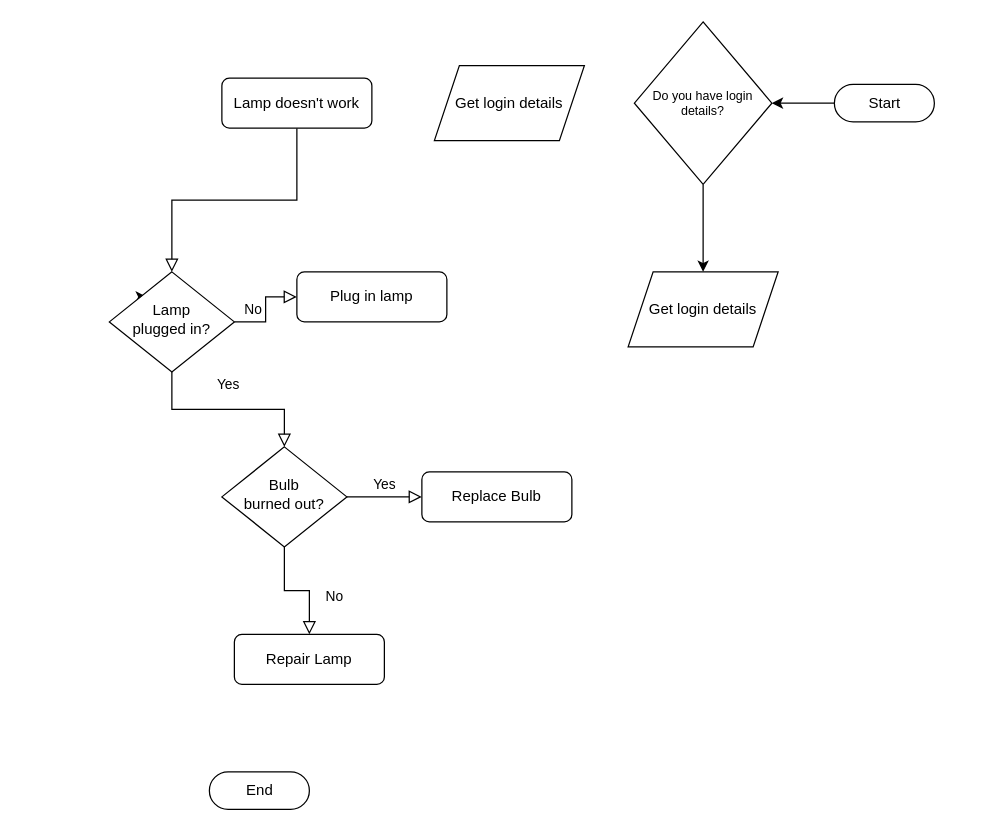
Earlier version of the draw.io diagram Untitled Diagram.drawio (dmainagithub/flowcharts). Source tidied: cells renumbered, new cells numbered last; positions are measured from the earlier drawing's top-left corner, leaving out a move shared by most shapes. Both pictures are drawn from the tidied source at 125%, with x=0, y=0 at pixel (109, 21).
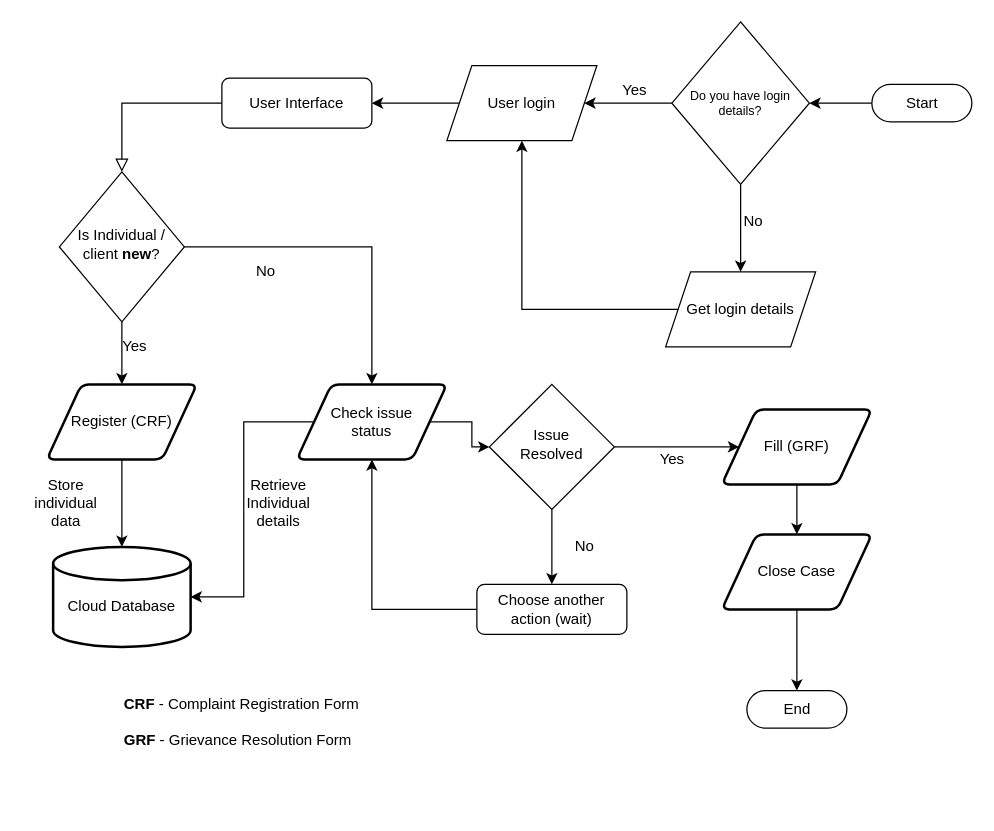
After the change.

Commit message:
Reports Management System.drawio

What changed in the source:
```diff
@@
-    <mxCell id="3" value="Lamp doesn't work" style="rounded=1;whiteSpace=wrap;html=1;fontSize=12;glass=0;strokeWidth=1;shadow=0;" parent="1" vertex="1">
+    <mxCell id="3" value="User Interface" style="rounded=1;whiteSpace=wrap;html=1;fontSize=12;glass=0;strokeWidth=1;shadow=0;" parent="1" vertex="1">
       <mxGeometry x="90" y="45" width="120" height="40" as="geometry" />
     </mxCell>
-    <mxCell id="4" value="Yes" style="rounded=0;html=1;jettySize=auto;fontSize=11;endArrow=block;endFill=0;endSize=8;strokeWidth=1;shadow=0;labelBackgroundColor=none;edgeStyle=orthogonalEdgeStyle;" parent="1" edge="1" source="7" target="11">
-      <mxGeometry y="20" relative="1" as="geometry" />
-    </mxCell>
-    <mxCell id="5" value="No" style="edgeStyle=orthogonalEdgeStyle;rounded=0;html=1;jettySize=auto;fontSize=11;endArrow=block;endFill=0;endSize=8;strokeWidth=1;shadow=0;labelBackgroundColor=none;" parent="1" edge="1" source="7" target="8">
-      <mxGeometry y="10" relative="1" as="geometry" />
-    </mxCell>
-    <mxCell id="6" style="edgeStyle=orthogonalEdgeStyle;rounded=0;jettySize=auto;html=1;exitX=0;exitY=0;exitDx=0;exitDy=0;fontSize=12;" parent="1" edge="1" source="7">
-      <mxGeometry relative="1" as="geometry">
-        <mxPoint x="30" y="220" as="targetPoint" />
-      </mxGeometry>
-    </mxCell>
+    <mxCell id="21" style="edgeStyle=orthogonalEdgeStyle;rounded=0;jettySize=auto;html=1;fontSize=12;" parent="1" edge="1" source="7" target="31">
+      <mxGeometry relative="1" as="geometry" />
+    </mxCell>
+    <mxCell id="22" style="edgeStyle=orthogonalEdgeStyle;rounded=0;jettySize=auto;html=1;entryX=0.5;entryY=0;entryDx=0;entryDy=0;fontSize=12;" parent="1" edge="1" source="7" target="38">
+      <mxGeometry relative="1" as="geometry" />
+    </mxCell>
-    <mxCell id="7" value="Lamp&lt;br&gt;plugged in?" style="rhombus;whiteSpace=wrap;html=1;shadow=0;fontFamily=Helvetica;fontSize=12;align=center;strokeWidth=1;spacing=6;spacingTop=-4;" parent="1" vertex="1">
-      <mxGeometry y="200" width="100" height="80" as="geometry" />
+    <mxCell id="7" value="Is Individual / client &lt;b&gt;new&lt;/b&gt;?" style="rhombus;whiteSpace=wrap;html=1;shadow=0;fontFamily=Helvetica;fontSize=12;align=center;strokeWidth=1;spacing=6;spacingTop=-4;" parent="1" vertex="1">
+      <mxGeometry x="-40" y="120" width="100" height="120" as="geometry" />
     </mxCell>
-    <mxCell id="8" value="Plug in lamp" style="rounded=1;whiteSpace=wrap;html=1;fontSize=12;glass=0;strokeWidth=1;shadow=0;" parent="1" vertex="1">
-      <mxGeometry x="150" y="200" width="120" height="40" as="geometry" />
-    </mxCell>
-    <mxCell id="9" value="No" style="rounded=0;html=1;jettySize=auto;fontSize=11;endArrow=block;endFill=0;endSize=8;strokeWidth=1;shadow=0;labelBackgroundColor=none;edgeStyle=orthogonalEdgeStyle;" parent="1" edge="1" source="11" target="12">
-      <mxGeometry x="0.33" y="20" relative="1" as="geometry" />
-    </mxCell>
+    <mxCell id="23" style="edgeStyle=orthogonalEdgeStyle;rounded=0;jettySize=auto;html=1;fontSize=12;" parent="1" edge="1" source="11" target="42">
+      <mxGeometry relative="1" as="geometry" />
+    </mxCell>
-    <mxCell id="10" value="Yes" style="edgeStyle=orthogonalEdgeStyle;rounded=0;html=1;jettySize=auto;fontSize=11;endArrow=block;endFill=0;endSize=8;strokeWidth=1;shadow=0;labelBackgroundColor=none;" parent="1" edge="1" source="11" target="13">
-      <mxGeometry y="10" relative="1" as="geometry" />
+    <mxCell id="10" style="edgeStyle=orthogonalEdgeStyle;rounded=0;jettySize=auto;html=1;fontSize=12;" parent="1" edge="1" source="11" target="13">
+      <mxGeometry relative="1" as="geometry" />
     </mxCell>
-    <mxCell id="11" value="Bulb&lt;br&gt;burned out?" style="rhombus;whiteSpace=wrap;html=1;shadow=0;fontFamily=Helvetica;fontSize=12;align=center;strokeWidth=1;spacing=6;spacingTop=-4;" parent="1" vertex="1">
-      <mxGeometry x="90" y="340" width="100" height="80" as="geometry" />
+    <mxCell id="11" value="Issue &lt;br&gt;Resolved" style="rhombus;whiteSpace=wrap;html=1;shadow=0;fontFamily=Helvetica;fontSize=12;align=center;strokeWidth=1;spacing=6;spacingTop=-4;" parent="1" vertex="1">
+      <mxGeometry x="304" y="290" width="100" height="100" as="geometry" />
     </mxCell>
-    <mxCell id="12" value="Repair Lamp" style="rounded=1;whiteSpace=wrap;html=1;fontSize=12;glass=0;strokeWidth=1;shadow=0;" parent="1" vertex="1">
-      <mxGeometry x="100" y="490" width="120" height="40" as="geometry" />
-    </mxCell>
+    <mxCell id="24" style="edgeStyle=orthogonalEdgeStyle;rounded=0;jettySize=auto;html=1;entryX=0.5;entryY=1;entryDx=0;entryDy=0;fontSize=12;" parent="1" edge="1" source="13" target="38">
+      <mxGeometry relative="1" as="geometry" />
+    </mxCell>
-    <mxCell id="13" value="Replace Bulb" style="rounded=1;whiteSpace=wrap;html=1;fontSize=12;glass=0;strokeWidth=1;shadow=0;" parent="1" vertex="1">
-      <mxGeometry x="250" y="360" width="120" height="40" as="geometry" />
+    <mxCell id="13" value="Choose another action (wait)" style="rounded=1;whiteSpace=wrap;html=1;fontSize=12;glass=0;strokeWidth=1;shadow=0;" parent="1" vertex="1">
+      <mxGeometry x="294" y="450" width="120" height="40" as="geometry" />
     </mxCell>
@@
     <mxCell id="15" value="Start" style="html=1;dashed=0;whitespace=wrap;shape=mxgraph.dfd.start;" parent="1" vertex="1">
-      <mxGeometry x="580" y="50" width="80" height="30" as="geometry" />
+      <mxGeometry x="610" y="50" width="80" height="30" as="geometry" />
     </mxCell>
     <mxCell id="16" value="End" style="html=1;dashed=0;whitespace=wrap;shape=mxgraph.dfd.start;" parent="1" vertex="1">
-      <mxGeometry x="80" y="600" width="80" height="30" as="geometry" />
+      <mxGeometry x="510" y="535" width="80" height="30" as="geometry" />
     </mxCell>
@@
+    <mxCell id="25" style="edgeStyle=orthogonalEdgeStyle;rounded=0;jettySize=auto;html=1;fontSize=12;" parent="1" edge="1" source="18" target="20">
+      <mxGeometry relative="1" as="geometry" />
+    </mxCell>
     <mxCell id="18" value="Do you have login details?" style="rhombus;whiteSpace=wrap;html=1;fontSize=10;" parent="1" vertex="1">
-      <mxGeometry x="420" width="110" height="130" as="geometry" />
+      <mxGeometry x="450" width="110" height="130" as="geometry" />
     </mxCell>
+    <mxCell id="26" style="edgeStyle=orthogonalEdgeStyle;rounded=0;jettySize=auto;html=1;entryX=0.5;entryY=1;entryDx=0;entryDy=0;fontSize=12;" parent="1" edge="1" source="19" target="20">
+      <mxGeometry relative="1" as="geometry" />
+    </mxCell>
     <mxCell id="19" value="&lt;font style=&quot;font-size: 12px;&quot;&gt;Get login details&lt;/font&gt;" style="shape=parallelogram;perimeter=parallelogramPerimeter;whiteSpace=wrap;html=1;fixedSize=1;fontSize=10;" parent="1" vertex="1">
-      <mxGeometry x="415" y="200" width="120" height="60" as="geometry" />
+      <mxGeometry x="445" y="200" width="120" height="60" as="geometry" />
     </mxCell>
+    <mxCell id="27" style="edgeStyle=orthogonalEdgeStyle;rounded=0;jettySize=auto;html=1;fontSize=12;" parent="1" edge="1" source="20" target="3">
+      <mxGeometry relative="1" as="geometry" />
+    </mxCell>
-    <mxCell id="20" value="&lt;font style=&quot;font-size: 12px;&quot;&gt;Get login details&lt;/font&gt;" style="shape=parallelogram;perimeter=parallelogramPerimeter;whiteSpace=wrap;html=1;fixedSize=1;fontSize=10;" parent="1" vertex="1">
-      <mxGeometry x="260" y="35" width="120" height="60" as="geometry" />
+    <mxCell id="20" value="&lt;font style=&quot;font-size: 12px;&quot;&gt;User login&lt;/font&gt;" style="shape=parallelogram;perimeter=parallelogramPerimeter;whiteSpace=wrap;html=1;fixedSize=1;fontSize=10;" parent="1" vertex="1">
+      <mxGeometry x="270" y="35" width="120" height="60" as="geometry" />
     </mxCell>
+    <mxCell id="28" value="Yes" style="text;html=1;align=center;verticalAlign=middle;strokeColor=none;fillColor=none;fontSize=12;" parent="1" vertex="1">
+      <mxGeometry x="400" y="45" width="40" height="20" as="geometry" />
+    </mxCell>
+    <mxCell id="29" value="No" style="text;html=1;align=center;verticalAlign=middle;strokeColor=none;fillColor=none;fontSize=12;" parent="1" vertex="1">
+      <mxGeometry x="500" y="150" width="30" height="20" as="geometry" />
+    </mxCell>
+    <mxCell id="30" style="edgeStyle=orthogonalEdgeStyle;rounded=0;jettySize=auto;html=1;fontSize=12;" parent="1" edge="1" source="31" target="34">
+      <mxGeometry relative="1" as="geometry" />
+    </mxCell>
+    <mxCell id="31" value="Register (CRF)" style="shape=parallelogram;html=1;strokeWidth=2;perimeter=parallelogramPerimeter;whiteSpace=wrap;rounded=1;arcSize=12;size=0.23;fontSize=12;" parent="1" vertex="1">
+      <mxGeometry x="-50" y="290" width="120" height="60" as="geometry" />
+    </mxCell>
+    <mxCell id="32" value="Yes" style="text;html=1;align=center;verticalAlign=middle;strokeColor=none;fillColor=none;fontSize=12;" parent="1" vertex="1">
+      <mxGeometry y="250" width="40" height="20" as="geometry" />
+    </mxCell>
+    <mxCell id="33" value="&lt;b&gt;CRF &lt;/b&gt;- Complaint Registration Form&lt;br&gt;&lt;br&gt;&lt;b&gt;GRF &lt;/b&gt;- Grievance Resolution Form" style="text;html=1;align=left;verticalAlign=middle;strokeColor=none;fillColor=none;fontSize=12;" parent="1" vertex="1">
+      <mxGeometry x="10" y="535" width="200" height="50" as="geometry" />
+    </mxCell>
+    <mxCell id="34" value="&lt;br&gt;Cloud Database" style="strokeWidth=2;html=1;shape=mxgraph.flowchart.database;whiteSpace=wrap;fontSize=12;" parent="1" vertex="1">
+      <mxGeometry x="-45" y="420" width="110" height="80" as="geometry" />
+    </mxCell>
+    <mxCell id="35" value="Store &lt;br&gt;individual &lt;br&gt;data" style="text;html=1;align=center;verticalAlign=middle;strokeColor=none;fillColor=none;fontSize=12;" parent="1" vertex="1">
+      <mxGeometry x="-70" y="360" width="70" height="50" as="geometry" />
+    </mxCell>
+    <mxCell id="36" style="edgeStyle=orthogonalEdgeStyle;rounded=0;jettySize=auto;html=1;entryX=1;entryY=0.5;entryDx=0;entryDy=0;entryPerimeter=0;fontSize=12;" parent="1" edge="1" source="38" target="34">
+      <mxGeometry relative="1" as="geometry" />
+    </mxCell>
+    <mxCell id="37" style="edgeStyle=orthogonalEdgeStyle;rounded=0;jettySize=auto;html=1;fontSize=12;" parent="1" edge="1" source="38" target="11">
+      <mxGeometry relative="1" as="geometry" />
+    </mxCell>
+    <mxCell id="38" value="Check issue &lt;br&gt;status" style="shape=parallelogram;html=1;strokeWidth=2;perimeter=parallelogramPerimeter;whiteSpace=wrap;rounded=1;arcSize=12;size=0.23;fontSize=12;" parent="1" vertex="1">
+      <mxGeometry x="150" y="290" width="120" height="60" as="geometry" />
+    </mxCell>
+    <mxCell id="39" value="No" style="text;html=1;align=center;verticalAlign=middle;strokeColor=none;fillColor=none;fontSize=12;" parent="1" vertex="1">
+      <mxGeometry x="110" y="190" width="30" height="20" as="geometry" />
+    </mxCell>
+    <mxCell id="40" value="Retrieve &lt;br&gt;Individual &lt;br&gt;details" style="text;html=1;align=center;verticalAlign=middle;strokeColor=none;fillColor=none;fontSize=12;" parent="1" vertex="1">
+      <mxGeometry x="100" y="360" width="70" height="50" as="geometry" />
+    </mxCell>
+    <mxCell id="41" style="edgeStyle=orthogonalEdgeStyle;rounded=0;jettySize=auto;html=1;fontSize=12;" parent="1" edge="1" source="42" target="45">
+      <mxGeometry relative="1" as="geometry" />
+    </mxCell>
+    <mxCell id="42" value="Fill (GRF)" style="shape=parallelogram;html=1;strokeWidth=2;perimeter=parallelogramPerimeter;whiteSpace=wrap;rounded=1;arcSize=12;size=0.23;fontSize=12;" parent="1" vertex="1">
+      <mxGeometry x="490" y="310" width="120" height="60" as="geometry" />
+    </mxCell>
+    <mxCell id="43" value="Yes" style="text;html=1;align=center;verticalAlign=middle;strokeColor=none;fillColor=none;fontSize=12;" parent="1" vertex="1">
+      <mxGeometry x="430" y="340" width="40" height="20" as="geometry" />
+    </mxCell>
+    <mxCell id="44" style="edgeStyle=orthogonalEdgeStyle;rounded=0;jettySize=auto;html=1;fontSize=12;" parent="1" edge="1" source="45" target="16">
+      <mxGeometry relative="1" as="geometry" />
+    </mxCell>
+    <mxCell id="45" value="Close Case" style="shape=parallelogram;html=1;strokeWidth=2;perimeter=parallelogramPerimeter;whiteSpace=wrap;rounded=1;arcSize=12;size=0.23;fontSize=12;" parent="1" vertex="1">
+      <mxGeometry x="490" y="410" width="120" height="60" as="geometry" />
+    </mxCell>
+    <mxCell id="46" value="No" style="text;html=1;align=center;verticalAlign=middle;strokeColor=none;fillColor=none;fontSize=12;" parent="1" vertex="1">
+      <mxGeometry x="365" y="410" width="30" height="20" as="geometry" />
+    </mxCell>
```
